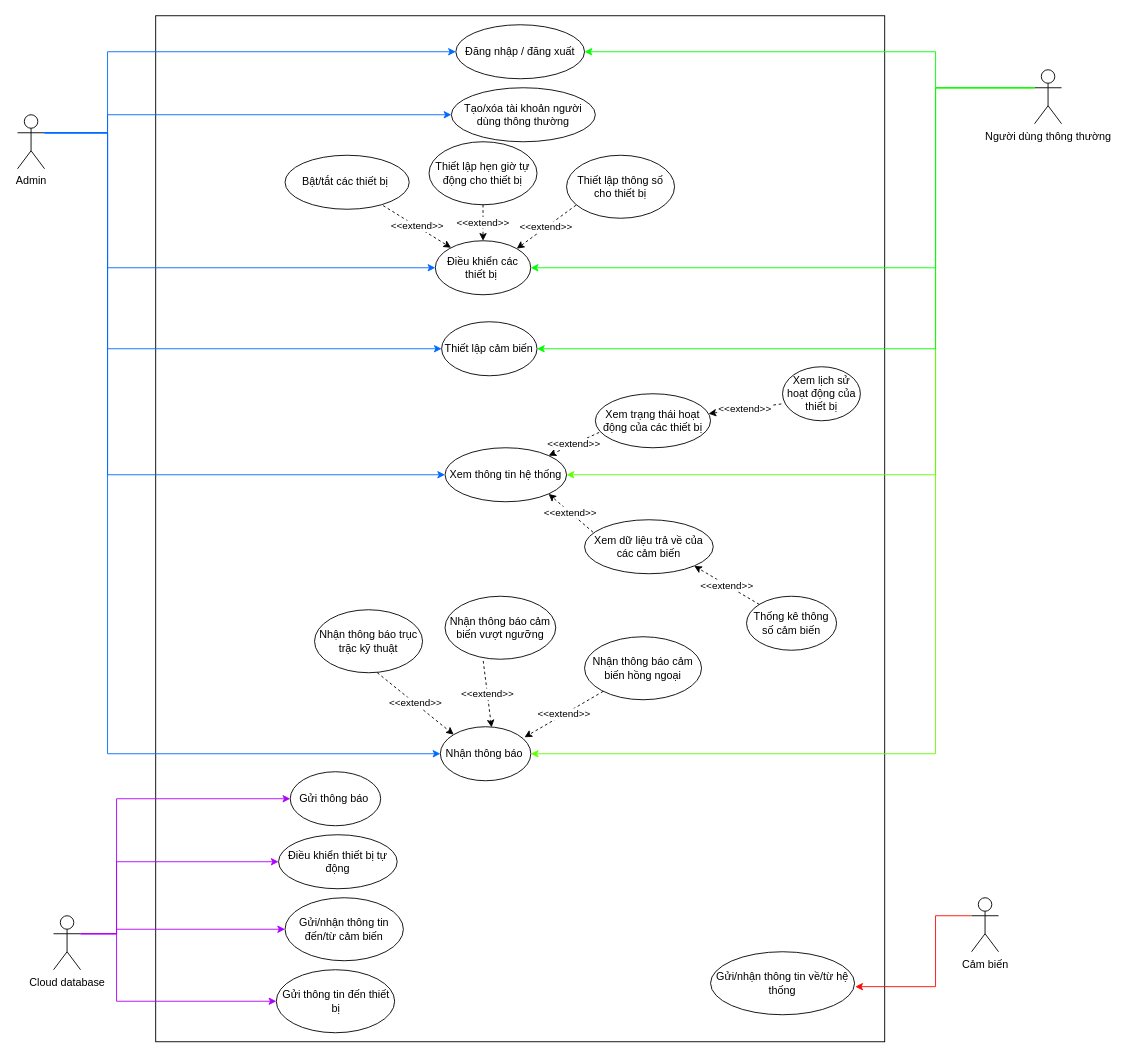
Above: Week 2/Use case diagram.drawio in astr0tas/Smart-Home-CNPM (draw.io), before the change. Source tidied: cells renumbered, new cells numbered last; positions are measured from the earlier drawing's top-left corner, leaving out a move shared by most shapes. Both pictures are drawn from the tidied source at 90%, with x=0, y=0 at pixel (17, 15).
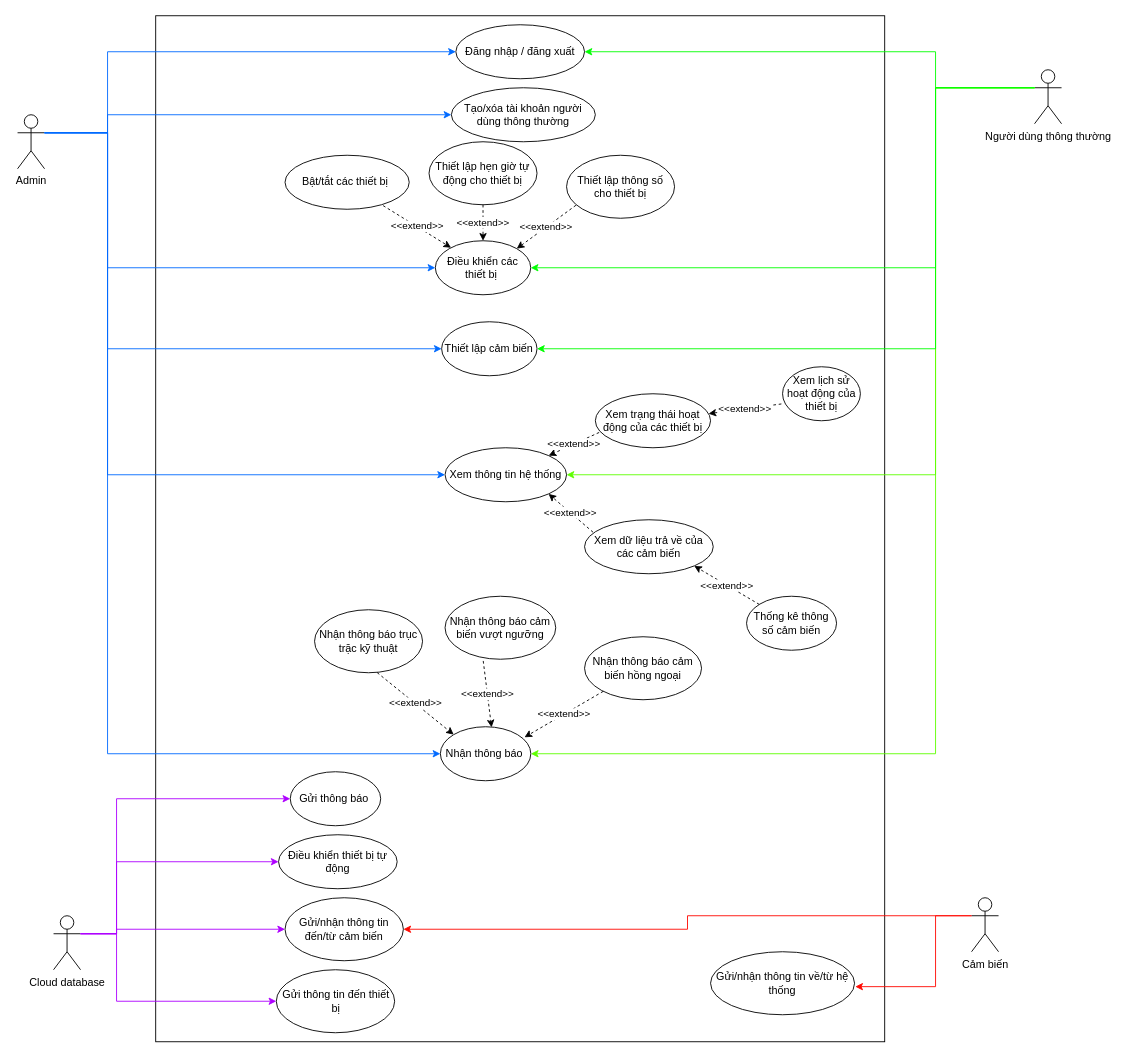
The same diagram, later.

Commit message:
Cập nhật Use case diagram.drawio

The change refers to these unchanged cells:
```xml
<mxCell id="11" value="Cảm biến" style="shape=umlActor;verticalLabelPosition=bottom;verticalAlign=top;html=1;outlineConnect=0;" parent="1" vertex="1">
  <mxGeometry x="1060" y="980" width="30" height="60" as="geometry" />
</mxCell>
<mxCell id="43" value="Gửi/nhận thông tin đến/từ cảm biến" style="ellipse;whiteSpace=wrap;html=1;" parent="1" vertex="1">
  <mxGeometry x="297.2" y="980" width="131.5" height="70" as="geometry" />
</mxCell>
```

The edit, as a diff of the source:
```diff
@@
+    <mxCell id="54" style="edgeStyle=orthogonalEdgeStyle;rounded=0;jettySize=auto;html=1;exitX=0;exitY=0.3333333333333333;exitDx=0;exitDy=0;exitPerimeter=0;entryX=1;entryY=0.5;entryDx=0;entryDy=0;fillColor=#e51400;strokeColor=#FF0800;" parent="1" edge="1" source="11" target="43">
+      <mxGeometry relative="1" as="geometry" />
+    </mxCell>
```
